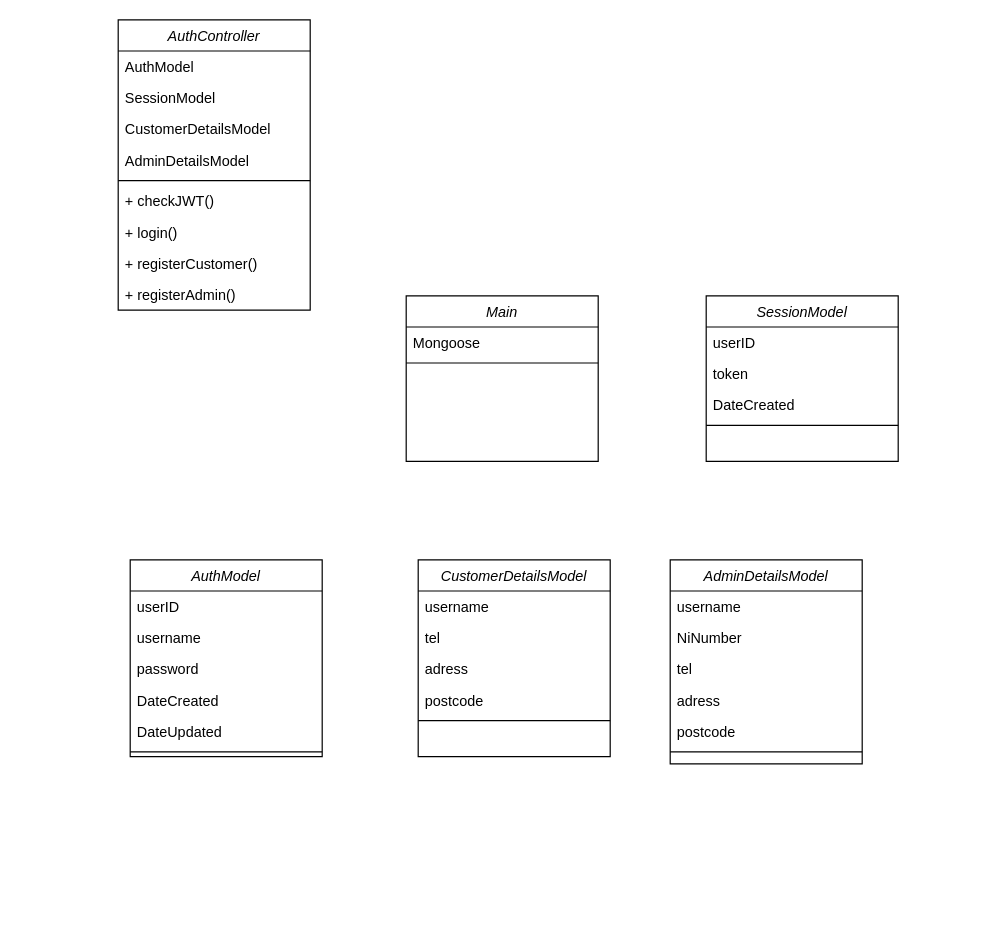
This is docs/uml/class-diagrams/auth-server.drawio from Damon-Martin/COMP-3000-Year-2024-2025, a draw.io file, before an edit. Source tidied: cells renumbered, new cells numbered last; positions are measured from the earlier drawing's top-left corner, leaving out a move shared by most shapes. Both pictures are drawn from the tidied source at 120%, with x=0, y=0 at pixel (118, 19).
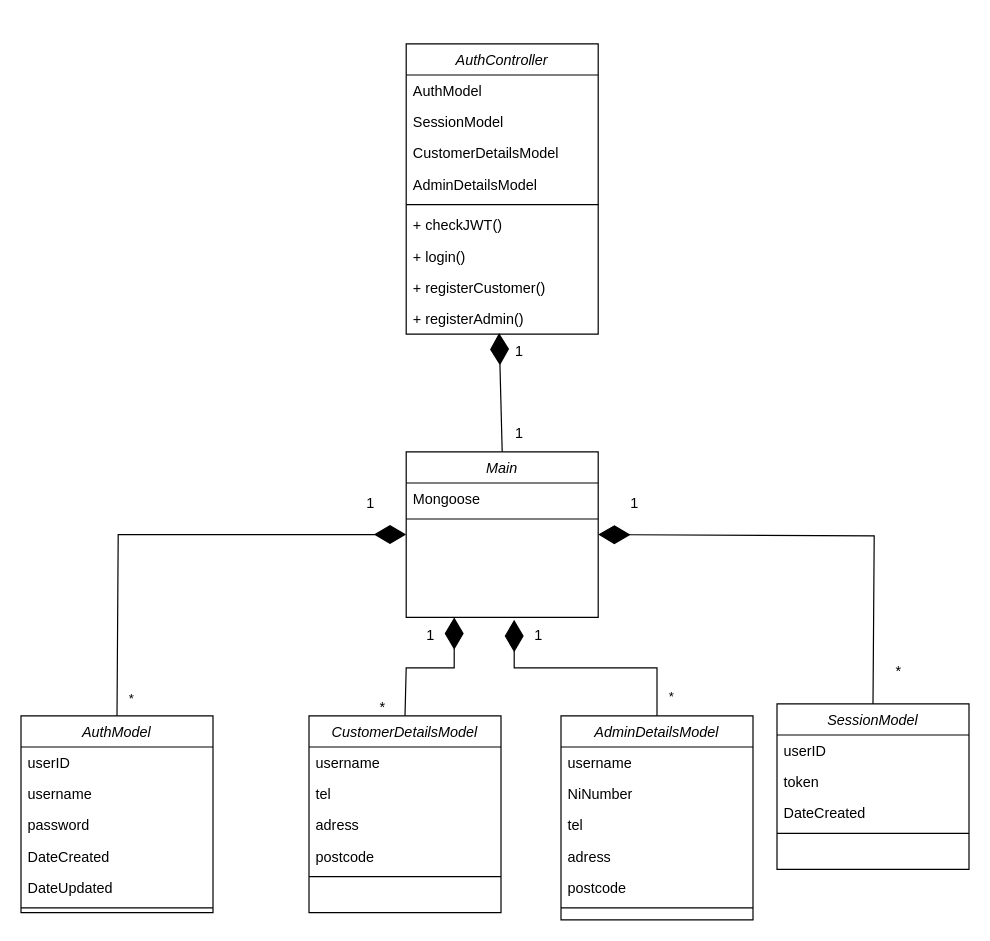
The same diagram, later.

The change refers to these unchanged cells:
```xml
<mxCell id="11" value="+ registerAdmin()" style="text;align=left;verticalAlign=top;spacingLeft=4;spacingRight=4;overflow=hidden;points=[[0,0.5],[1,0.5]];portConstraint=eastwest;" parent="2" vertex="1">
  <mxGeometry y="216" width="160" height="26" as="geometry" />
</mxCell>
```

Change to the diagram source:
```diff
@@
     <mxCell id="2" value="AuthController" style="swimlane;fontStyle=2;align=center;verticalAlign=top;horizontal=1;startSize=26;rounded=0;shadow=0;strokeWidth=1;" parent="1" vertex="1">
-      <mxGeometry width="160" height="242" as="geometry" />
+      <mxGeometry x="240" y="20" width="160" height="242" as="geometry" />
     </mxCell>
@@
     <mxCell id="12" value="AuthModel" style="swimlane;fontStyle=2;align=center;verticalAlign=top;horizontal=1;startSize=26;rounded=0;shadow=0;strokeWidth=1;" parent="1" vertex="1">
-      <mxGeometry x="10" y="450" width="160" height="164" as="geometry" />
+      <mxGeometry x="-81" y="580" width="160" height="164" as="geometry" />
     </mxCell>
@@
     <mxCell id="19" value="SessionModel" style="swimlane;fontStyle=2;align=center;verticalAlign=top;horizontal=1;startSize=26;rounded=0;shadow=0;strokeWidth=1;" parent="1" vertex="1">
-      <mxGeometry x="490" y="230" width="160" height="138" as="geometry" />
+      <mxGeometry x="549" y="570" width="160" height="138" as="geometry" />
     </mxCell>
@@
     <mxCell id="24" value="CustomerDetailsModel" style="swimlane;fontStyle=2;align=center;verticalAlign=top;horizontal=1;startSize=26;rounded=0;shadow=0;strokeWidth=1;" parent="1" vertex="1">
-      <mxGeometry x="250" y="450" width="160" height="164" as="geometry" />
+      <mxGeometry x="159" y="580" width="160" height="164" as="geometry" />
     </mxCell>
@@
     <mxCell id="30" value="AdminDetailsModel" style="swimlane;fontStyle=2;align=center;verticalAlign=top;horizontal=1;startSize=26;rounded=0;shadow=0;strokeWidth=1;" parent="1" vertex="1">
-      <mxGeometry x="460" y="450" width="160" height="170" as="geometry" />
+      <mxGeometry x="369" y="580" width="160" height="170" as="geometry" />
     </mxCell>
@@
     <mxCell id="37" value="Main" style="swimlane;fontStyle=2;align=center;verticalAlign=top;horizontal=1;startSize=26;rounded=0;shadow=0;strokeWidth=1;" parent="1" vertex="1">
-      <mxGeometry x="240" y="230" width="160" height="138" as="geometry" />
+      <mxGeometry x="240" y="360" width="160" height="138" as="geometry" />
     </mxCell>
@@
+    <mxCell id="40" style="endArrow=diamondThin;endFill=1;endSize=24;html=1;rounded=0;entryX=0.484;entryY=0.962;entryDx=0;entryDy=0;entryPerimeter=0;exitX=0.5;exitY=0;exitDx=0;exitDy=0;" parent="1" edge="1" source="37" target="11">
+      <mxGeometry relative="1" as="geometry" />
+    </mxCell>
+    <mxCell id="41" style="endArrow=diamondThin;endFill=1;endSize=24;html=1;rounded=0;exitX=0.5;exitY=0;exitDx=0;exitDy=0;entryX=0;entryY=0.5;entryDx=0;entryDy=0;" parent="1" edge="1" source="12" target="37">
+      <mxGeometry relative="1" as="geometry">
+        <Array as="points">
+          <mxPoint y="429" />
+        </Array>
+      </mxGeometry>
+    </mxCell>
+    <mxCell id="42" value="*" style="edgeLabel;html=1;align=center;verticalAlign=middle;" parent="41" vertex="1">
+      <mxGeometry x="-0.92" y="-11" relative="1" as="geometry">
+        <mxPoint y="1" as="offset" />
+      </mxGeometry>
+    </mxCell>
+    <mxCell id="43" style="endArrow=diamondThin;endFill=1;endSize=24;html=1;rounded=0;entryX=0.25;entryY=1;entryDx=0;entryDy=0;exitX=0.5;exitY=0;exitDx=0;exitDy=0;" parent="1" edge="1" source="24" target="37">
+      <mxGeometry relative="1" as="geometry">
+        <Array as="points">
+          <mxPoint x="240" y="540" />
+          <mxPoint x="280" y="540" />
+        </Array>
+      </mxGeometry>
+    </mxCell>
+    <mxCell id="44" style="endArrow=diamondThin;endFill=1;endSize=24;html=1;rounded=0;exitX=0.5;exitY=0;exitDx=0;exitDy=0;" parent="1" edge="1" source="30">
+      <mxGeometry relative="1" as="geometry">
+        <mxPoint x="330" y="500" as="targetPoint" />
+        <Array as="points">
+          <mxPoint x="449" y="540" />
+          <mxPoint x="330" y="540" />
+        </Array>
+      </mxGeometry>
+    </mxCell>
+    <mxCell id="45" value="*" style="edgeLabel;html=1;align=center;verticalAlign=middle;" parent="44" vertex="1">
+      <mxGeometry x="-0.84" y="-11" relative="1" as="geometry">
+        <mxPoint y="-1" as="offset" />
+      </mxGeometry>
+    </mxCell>
+    <mxCell id="46" style="endArrow=diamondThin;endFill=1;endSize=24;html=1;rounded=0;exitX=0.5;exitY=0;exitDx=0;exitDy=0;entryX=1;entryY=0.5;entryDx=0;entryDy=0;" parent="1" edge="1" source="19" target="37">
+      <mxGeometry relative="1" as="geometry">
+        <Array as="points">
+          <mxPoint x="630" y="430" />
+        </Array>
+      </mxGeometry>
+    </mxCell>
+    <mxCell id="47" value="1" style="text;html=1;align=center;verticalAlign=middle;strokeColor=none;fillColor=none;" parent="1" vertex="1">
+      <mxGeometry x="195" y="388" width="30" height="30" as="geometry" />
+    </mxCell>
+    <mxCell id="48" value="1" style="text;html=1;align=center;verticalAlign=middle;strokeColor=none;fillColor=none;" parent="1" vertex="1">
+      <mxGeometry x="415" y="388" width="30" height="30" as="geometry" />
+    </mxCell>
+    <mxCell id="49" value="*" style="text;html=1;align=center;verticalAlign=middle;strokeColor=none;fillColor=none;" parent="1" vertex="1">
+      <mxGeometry x="635" y="528" width="30" height="30" as="geometry" />
+    </mxCell>
+    <mxCell id="50" value="1" style="text;html=1;align=center;verticalAlign=middle;strokeColor=none;fillColor=none;" parent="1" vertex="1">
+      <mxGeometry x="335" y="498" width="30" height="30" as="geometry" />
+    </mxCell>
+    <mxCell id="51" value="1" style="text;html=1;align=center;verticalAlign=middle;strokeColor=none;fillColor=none;" parent="1" vertex="1">
+      <mxGeometry x="245" y="498" width="30" height="30" as="geometry" />
+    </mxCell>
+    <mxCell id="52" value="*" style="text;html=1;align=center;verticalAlign=middle;strokeColor=none;fillColor=none;" parent="1" vertex="1">
+      <mxGeometry x="205" y="558" width="30" height="30" as="geometry" />
+    </mxCell>
+    <mxCell id="53" value="1" style="text;html=1;align=center;verticalAlign=middle;strokeColor=none;fillColor=none;" parent="1" vertex="1">
+      <mxGeometry x="319" y="330" width="30" height="30" as="geometry" />
+    </mxCell>
+    <mxCell id="54" value="1" style="text;html=1;align=center;verticalAlign=middle;strokeColor=none;fillColor=none;" parent="1" vertex="1">
+      <mxGeometry x="319" y="262" width="30" height="30" as="geometry" />
+    </mxCell>
```
